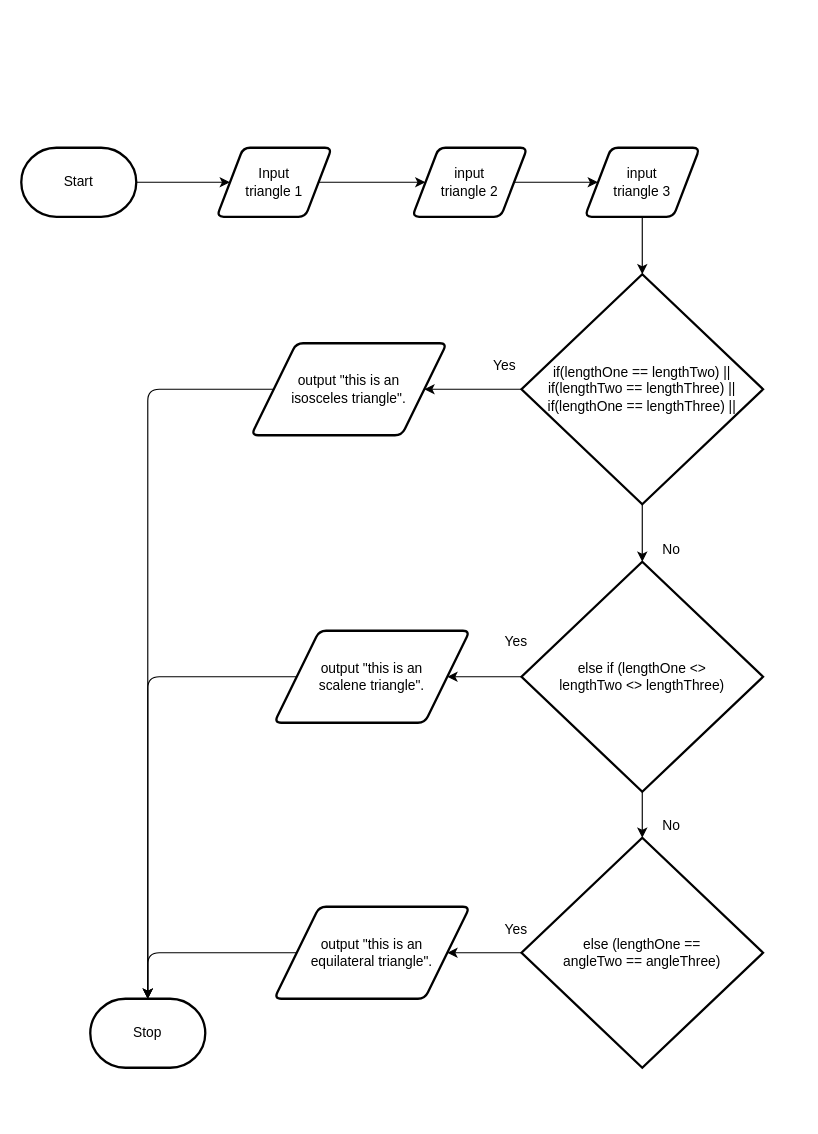
Above: design/flow-chart.drawio in Emmanuel-Fofeyin/ICS2O-Unit5-05-HTML (draw.io), before the change. Source tidied: cells renumbered, new cells numbered last; positions are measured from the earlier drawing's top-left corner, leaving out a move shared by most shapes. Both pictures are drawn from the tidied source at 115%, with x=0, y=0 at pixel (21, 147).
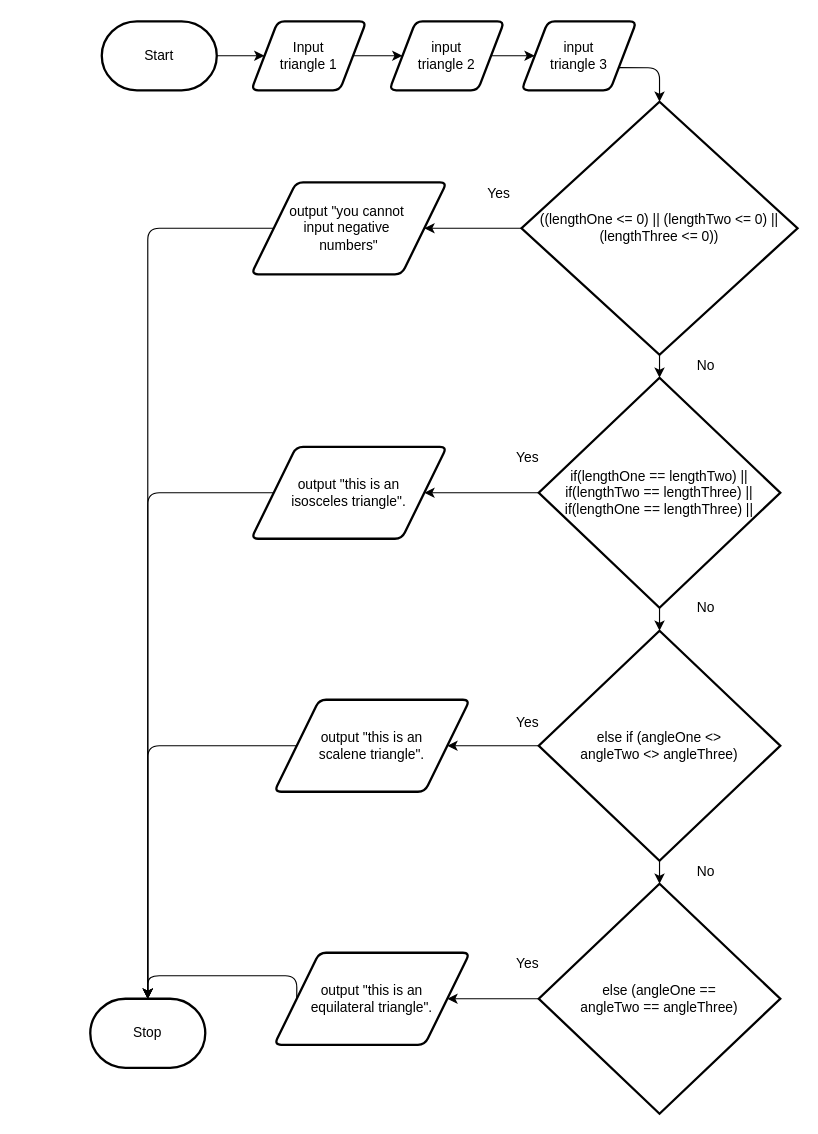
Above is the later version.

The change refers to these unchanged cells:
```xml
<mxCell id="7" value="Stop" style="strokeWidth=2;html=1;shape=mxgraph.flowchart.terminator;whiteSpace=wrap;" parent="1" vertex="1">
  <mxGeometry x="60" y="740" width="100" height="60" as="geometry" />
</mxCell>
```

The edit, as a diff of the source:
```diff
@@
     <mxCell id="3" value="Start" style="strokeWidth=2;html=1;shape=mxgraph.flowchart.terminator;whiteSpace=wrap;" parent="1" vertex="1">
-      <mxGeometry width="100" height="60" as="geometry" />
+      <mxGeometry x="70" y="-110" width="100" height="60" as="geometry" />
     </mxCell>
@@
     <mxCell id="5" value="Input&lt;br&gt;triangle 1" style="shape=parallelogram;html=1;strokeWidth=2;perimeter=parallelogramPerimeter;whiteSpace=wrap;rounded=1;arcSize=12;size=0.23;" parent="1" vertex="1">
-      <mxGeometry x="170" width="100" height="60" as="geometry" />
+      <mxGeometry x="200" y="-110" width="100" height="60" as="geometry" />
     </mxCell>
     <mxCell id="6" value="input&lt;br&gt;triangle 2" style="shape=parallelogram;html=1;strokeWidth=2;perimeter=parallelogramPerimeter;whiteSpace=wrap;rounded=1;arcSize=12;size=0.23;" parent="1" vertex="1">
-      <mxGeometry x="340" width="100" height="60" as="geometry" />
+      <mxGeometry x="320" y="-110" width="100" height="60" as="geometry" />
     </mxCell>
@@
     <mxCell id="8" value="input&lt;br&gt;triangle 3" style="shape=parallelogram;html=1;strokeWidth=2;perimeter=parallelogramPerimeter;whiteSpace=wrap;rounded=1;arcSize=12;size=0.23;" parent="1" vertex="1">
-      <mxGeometry x="490" width="100" height="60" as="geometry" />
+      <mxGeometry x="435" y="-110" width="100" height="60" as="geometry" />
     </mxCell>
@@
-    <mxCell id="10" style="edgeStyle=none;html=1;exitX=0.5;exitY=1;exitDx=0;exitDy=0;entryX=0.5;entryY=0;entryDx=0;entryDy=0;entryPerimeter=0;" parent="1" edge="1" source="8" target="11">
-      <mxGeometry relative="1" as="geometry" />
-    </mxCell>
     <mxCell id="11" value="if(lengthOne == lengthTwo) ||&lt;br&gt;if(lengthTwo == lengthThree) ||&lt;br&gt;if(lengthOne == lengthThree) ||" style="strokeWidth=2;html=1;shape=mxgraph.flowchart.decision;whiteSpace=wrap;" parent="1" vertex="1">
-      <mxGeometry x="435" y="110" width="210" height="200" as="geometry" />
+      <mxGeometry x="450" y="200" width="210" height="200" as="geometry" />
     </mxCell>
@@
-    <mxCell id="13" value="else if (lengthOne &amp;lt;&amp;gt; &lt;br&gt;lengthTwo &amp;lt;&amp;gt; lengthThree)" style="strokeWidth=2;html=1;shape=mxgraph.flowchart.decision;whiteSpace=wrap;" parent="1" vertex="1">
-      <mxGeometry x="435" y="360" width="210" height="200" as="geometry" />
+    <mxCell id="13" value="else if (angleOne &amp;lt;&amp;gt; &lt;br&gt;angleTwo &amp;lt;&amp;gt; angleThree)&lt;br&gt;" style="strokeWidth=2;html=1;shape=mxgraph.flowchart.decision;whiteSpace=wrap;" parent="1" vertex="1">
+      <mxGeometry x="450" y="420" width="210" height="200" as="geometry" />
     </mxCell>
-    <mxCell id="14" value="&lt;span&gt;else (&lt;/span&gt;length&lt;span&gt;One ==&lt;/span&gt;&lt;br&gt;&lt;span&gt;angleTwo == angleThree)&lt;/span&gt;" style="strokeWidth=2;html=1;shape=mxgraph.flowchart.decision;whiteSpace=wrap;" parent="1" vertex="1">
-      <mxGeometry x="435" y="600" width="210" height="200" as="geometry" />
+    <mxCell id="14" value="&lt;span&gt;else (angleOne ==&lt;/span&gt;&lt;br&gt;&lt;span&gt;angleTwo == angleThree)&lt;/span&gt;" style="strokeWidth=2;html=1;shape=mxgraph.flowchart.decision;whiteSpace=wrap;" parent="1" vertex="1">
+      <mxGeometry x="450" y="640" width="210" height="200" as="geometry" />
     </mxCell>
@@
     <mxCell id="16" value="No" style="text;html=1;align=center;verticalAlign=middle;strokeColor=none;fillColor=none;" parent="1" vertex="1">
-      <mxGeometry x="550" y="340" width="30" height="20" as="geometry" />
+      <mxGeometry x="580" y="390" width="30" height="20" as="geometry" />
     </mxCell>
     <mxCell id="17" value="No" style="text;html=1;align=center;verticalAlign=middle;strokeColor=none;fillColor=none;" parent="1" vertex="1">
-      <mxGeometry x="550" y="580" width="30" height="20" as="geometry" />
+      <mxGeometry x="580" y="620" width="30" height="20" as="geometry" />
     </mxCell>
@@
     <mxCell id="21" value="output &quot;this is an &lt;br&gt;isosceles triangle&quot;." style="shape=parallelogram;html=1;strokeWidth=2;perimeter=parallelogramPerimeter;whiteSpace=wrap;rounded=1;arcSize=12;size=0.23;" parent="1" vertex="1">
-      <mxGeometry x="200" y="170" width="170" height="80" as="geometry" />
+      <mxGeometry x="200" y="260" width="170" height="80" as="geometry" />
     </mxCell>
     <mxCell id="22" value="&lt;span&gt;output &quot;this is an&lt;/span&gt;&lt;br&gt;&lt;span&gt;scalene triangle&quot;.&lt;/span&gt;" style="shape=parallelogram;html=1;strokeWidth=2;perimeter=parallelogramPerimeter;whiteSpace=wrap;rounded=1;arcSize=12;size=0.23;" parent="1" vertex="1">
-      <mxGeometry x="220" y="420" width="170" height="80" as="geometry" />
+      <mxGeometry x="220" y="480" width="170" height="80" as="geometry" />
     </mxCell>
     <mxCell id="23" value="&lt;span&gt;output &quot;this is an&lt;/span&gt;&lt;br&gt;&lt;span&gt;equilateral triangle&quot;.&lt;/span&gt;" style="shape=parallelogram;html=1;strokeWidth=2;perimeter=parallelogramPerimeter;whiteSpace=wrap;rounded=1;arcSize=12;size=0.23;" parent="1" vertex="1">
-      <mxGeometry x="220" y="660" width="170" height="80" as="geometry" />
+      <mxGeometry x="220" y="700" width="170" height="80" as="geometry" />
     </mxCell>
     <mxCell id="24" value="Yes" style="text;html=1;align=center;verticalAlign=middle;strokeColor=none;fillColor=none;" parent="1" vertex="1">
-      <mxGeometry x="400" y="180" width="40" height="20" as="geometry" />
+      <mxGeometry x="420" y="260" width="40" height="20" as="geometry" />
     </mxCell>
     <mxCell id="25" value="Yes" style="text;html=1;align=center;verticalAlign=middle;strokeColor=none;fillColor=none;" parent="1" vertex="1">
-      <mxGeometry x="410" y="420" width="40" height="20" as="geometry" />
+      <mxGeometry x="420" y="490" width="40" height="20" as="geometry" />
     </mxCell>
     <mxCell id="26" value="Yes" style="text;html=1;align=center;verticalAlign=middle;strokeColor=none;fillColor=none;" parent="1" vertex="1">
-      <mxGeometry x="410" y="670" width="40" height="20" as="geometry" />
+      <mxGeometry x="420" y="700" width="40" height="20" as="geometry" />
     </mxCell>
@@
     <mxCell id="29" style="edgeStyle=segmentEdgeStyle;endArrow=classic;html=1;exitX=0;exitY=0.5;exitDx=0;exitDy=0;" parent="1" edge="1" source="23">
       <mxGeometry relative="1" as="geometry">
         <mxPoint x="110" y="740" as="targetPoint" />
         <Array as="points">
-          <mxPoint x="110" y="700" />
+          <mxPoint x="240" y="720" />
+          <mxPoint x="110" y="720" />
         </Array>
       </mxGeometry>
     </mxCell>
+    <mxCell id="30" value="((lengthOne &amp;lt;= 0) || (lengthTwo &amp;lt;= 0) || (lengthThree &amp;lt;= 0))" style="strokeWidth=2;html=1;shape=mxgraph.flowchart.decision;whiteSpace=wrap;" parent="1" vertex="1">
+      <mxGeometry x="435" y="-40" width="240" height="220" as="geometry" />
+    </mxCell>
+    <mxCell id="31" style="edgeStyle=none;html=1;exitX=0.5;exitY=1;exitDx=0;exitDy=0;exitPerimeter=0;entryX=0.5;entryY=0;entryDx=0;entryDy=0;entryPerimeter=0;" parent="1" edge="1" source="30" target="11">
+      <mxGeometry relative="1" as="geometry" />
+    </mxCell>
+    <mxCell id="32" style="edgeStyle=segmentEdgeStyle;endArrow=classic;html=1;entryX=0.5;entryY=0;entryDx=0;entryDy=0;entryPerimeter=0;exitX=1;exitY=0.75;exitDx=0;exitDy=0;" parent="1" edge="1" source="8" target="30">
+      <mxGeometry relative="1" as="geometry" />
+    </mxCell>
+    <mxCell id="33" value="Yes" style="text;html=1;align=center;verticalAlign=middle;strokeColor=none;fillColor=none;" parent="1" vertex="1">
+      <mxGeometry x="395" y="30" width="40" height="20" as="geometry" />
+    </mxCell>
+    <mxCell id="34" value="No" style="text;html=1;align=center;verticalAlign=middle;strokeColor=none;fillColor=none;" parent="1" vertex="1">
+      <mxGeometry x="580" y="180" width="30" height="20" as="geometry" />
+    </mxCell>
+    <mxCell id="35" value="output &quot;you cannot&amp;nbsp;&lt;br&gt;input negative&amp;nbsp;&lt;br&gt;numbers&quot;" style="shape=parallelogram;html=1;strokeWidth=2;perimeter=parallelogramPerimeter;whiteSpace=wrap;rounded=1;arcSize=12;size=0.23;" parent="1" vertex="1">
+      <mxGeometry x="200" y="30" width="170" height="80" as="geometry" />
+    </mxCell>
+    <mxCell id="36" style="edgeStyle=none;html=1;exitX=0;exitY=0.5;exitDx=0;exitDy=0;exitPerimeter=0;entryX=1;entryY=0.5;entryDx=0;entryDy=0;" parent="1" edge="1" source="30" target="35">
+      <mxGeometry relative="1" as="geometry" />
+    </mxCell>
+    <mxCell id="37" style="edgeStyle=segmentEdgeStyle;endArrow=classic;html=1;exitX=0;exitY=0.5;exitDx=0;exitDy=0;entryX=0.5;entryY=0;entryDx=0;entryDy=0;entryPerimeter=0;" parent="1" edge="1" source="35" target="7">
+      <mxGeometry relative="1" as="geometry" />
+    </mxCell>
```
